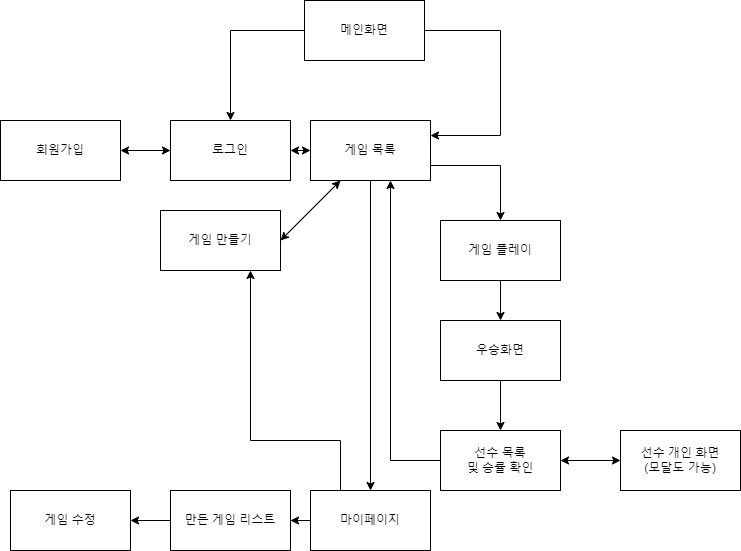
Above: diagram/flow-chart.png in java-4th-team-project-2023/world-cup (draw.io), before the change. Source tidied: cells renumbered, new cells last; positions are measured from the earlier drawing's top-left corner, leaving out a move shared by most shapes. The source it was exported from:
```xml
<mxGraphModel>
  <root>
    <mxCell id="0" />
    <mxCell id="1" parent="0" />
    <mxCell id="2" style="edgeStyle=orthogonalEdgeStyle;rounded=0;jettySize=auto;html=1;" parent="1" edge="1" source="4" target="5">
      <mxGeometry relative="1" as="geometry" />
    </mxCell>
    <mxCell id="3" style="edgeStyle=orthogonalEdgeStyle;rounded=0;jettySize=auto;html=1;entryX=1;entryY=0.25;entryDx=0;entryDy=0;" parent="1" edge="1" source="4" target="10">
      <mxGeometry relative="1" as="geometry">
        <Array as="points">
          <mxPoint x="500" y="30" />
          <mxPoint x="500" y="135" />
        </Array>
      </mxGeometry>
    </mxCell>
    <mxCell id="4" value="메인화면" style="rounded=0;whiteSpace=wrap;html=1;" parent="1" vertex="1">
      <mxGeometry x="304" width="120" height="60" as="geometry" />
    </mxCell>
    <mxCell id="5" value="로그인" style="rounded=0;whiteSpace=wrap;html=1;" parent="1" vertex="1">
      <mxGeometry x="170" y="120" width="120" height="60" as="geometry" />
    </mxCell>
    <mxCell id="6" value="회원가입" style="rounded=0;whiteSpace=wrap;html=1;" parent="1" vertex="1">
      <mxGeometry y="120" width="120" height="60" as="geometry" />
    </mxCell>
    <mxCell id="7" style="endArrow=classic;startArrow=classic;html=1;rounded=0;exitX=1;exitY=0.5;exitDx=0;exitDy=0;entryX=0;entryY=0.5;entryDx=0;entryDy=0;" parent="1" edge="1" source="6" target="5">
      <mxGeometry relative="1" as="geometry" />
    </mxCell>
    <mxCell id="8" style="edgeStyle=orthogonalEdgeStyle;rounded=0;jettySize=auto;html=1;exitX=1;exitY=0.75;exitDx=0;exitDy=0;" parent="1" edge="1" source="10" target="13">
      <mxGeometry relative="1" as="geometry" />
    </mxCell>
    <mxCell id="9" style="edgeStyle=orthogonalEdgeStyle;rounded=0;jettySize=auto;html=1;" parent="1" edge="1" source="10" target="23">
      <mxGeometry relative="1" as="geometry" />
    </mxCell>
    <mxCell id="10" value="게임 목록" style="rounded=0;whiteSpace=wrap;html=1;" parent="1" vertex="1">
      <mxGeometry x="310" y="120" width="120" height="60" as="geometry" />
    </mxCell>
    <mxCell id="11" style="endArrow=classic;startArrow=classic;html=1;rounded=0;entryX=0;entryY=0.5;entryDx=0;entryDy=0;exitX=1;exitY=0.5;exitDx=0;exitDy=0;" parent="1" edge="1" source="5" target="10">
      <mxGeometry relative="1" as="geometry" />
    </mxCell>
    <mxCell id="12" style="edgeStyle=orthogonalEdgeStyle;rounded=0;jettySize=auto;html=1;" parent="1" edge="1" source="13" target="15">
      <mxGeometry relative="1" as="geometry" />
    </mxCell>
    <mxCell id="13" value="게임 플레이" style="rounded=0;whiteSpace=wrap;html=1;" parent="1" vertex="1">
      <mxGeometry x="440" y="220" width="120" height="60" as="geometry" />
    </mxCell>
    <mxCell id="14" style="edgeStyle=orthogonalEdgeStyle;rounded=0;jettySize=auto;html=1;" parent="1" edge="1" source="15" target="17">
      <mxGeometry relative="1" as="geometry" />
    </mxCell>
    <mxCell id="15" value="우승화면" style="rounded=0;whiteSpace=wrap;html=1;" parent="1" vertex="1">
      <mxGeometry x="440" y="320" width="120" height="60" as="geometry" />
    </mxCell>
    <mxCell id="16" style="edgeStyle=orthogonalEdgeStyle;rounded=0;jettySize=auto;html=1;" parent="1" edge="1" source="17">
      <mxGeometry relative="1" as="geometry">
        <mxPoint x="390" y="180" as="targetPoint" />
        <Array as="points">
          <mxPoint x="390" y="460" />
          <mxPoint x="390" y="180" />
        </Array>
      </mxGeometry>
    </mxCell>
    <mxCell id="17" value="선수 목록&lt;br&gt;및 승률 확인" style="rounded=0;whiteSpace=wrap;html=1;" parent="1" vertex="1">
      <mxGeometry x="440" y="430" width="120" height="60" as="geometry" />
    </mxCell>
    <mxCell id="18" value="선수 개인 화면&lt;br&gt;(모달도 가능)" style="rounded=0;whiteSpace=wrap;html=1;" parent="1" vertex="1">
      <mxGeometry x="620" y="430" width="120" height="60" as="geometry" />
    </mxCell>
    <mxCell id="19" style="endArrow=classic;startArrow=classic;html=1;rounded=0;exitX=0;exitY=0.5;exitDx=0;exitDy=0;entryX=1;entryY=0.5;entryDx=0;entryDy=0;" parent="1" edge="1" source="18" target="17">
      <mxGeometry relative="1" as="geometry" />
    </mxCell>
    <mxCell id="20" value="게임 만들기" style="rounded=0;whiteSpace=wrap;html=1;" parent="1" vertex="1">
      <mxGeometry x="160" y="210" width="120" height="60" as="geometry" />
    </mxCell>
    <mxCell id="21" style="edgeStyle=orthogonalEdgeStyle;rounded=0;jettySize=auto;html=1;" parent="1" edge="1" source="23" target="25">
      <mxGeometry relative="1" as="geometry" />
    </mxCell>
    <mxCell id="22" style="edgeStyle=orthogonalEdgeStyle;rounded=0;jettySize=auto;html=1;entryX=0.75;entryY=1;entryDx=0;entryDy=0;" parent="1" edge="1" source="23" target="20">
      <mxGeometry relative="1" as="geometry">
        <Array as="points">
          <mxPoint x="340" y="440" />
          <mxPoint x="250" y="440" />
        </Array>
      </mxGeometry>
    </mxCell>
    <mxCell id="23" value="마이페이지" style="rounded=0;whiteSpace=wrap;html=1;" parent="1" vertex="1">
      <mxGeometry x="310" y="490" width="120" height="60" as="geometry" />
    </mxCell>
    <mxCell id="24" style="edgeStyle=orthogonalEdgeStyle;rounded=0;jettySize=auto;html=1;" parent="1" edge="1" source="25" target="26">
      <mxGeometry relative="1" as="geometry" />
    </mxCell>
    <mxCell id="25" value="만든 게임 리스트" style="rounded=0;whiteSpace=wrap;html=1;" parent="1" vertex="1">
      <mxGeometry x="170" y="490" width="120" height="60" as="geometry" />
    </mxCell>
    <mxCell id="26" value="게임 수정" style="rounded=0;whiteSpace=wrap;html=1;" parent="1" vertex="1">
      <mxGeometry x="10" y="490" width="120" height="60" as="geometry" />
    </mxCell>
    <mxCell id="27" style="endArrow=classic;startArrow=classic;html=1;rounded=0;exitX=1;exitY=0.5;exitDx=0;exitDy=0;entryX=0.25;entryY=1;entryDx=0;entryDy=0;" parent="1" edge="1" source="20" target="10">
      <mxGeometry relative="1" as="geometry" />
    </mxCell>
  </root>
</mxGraphModel>
```
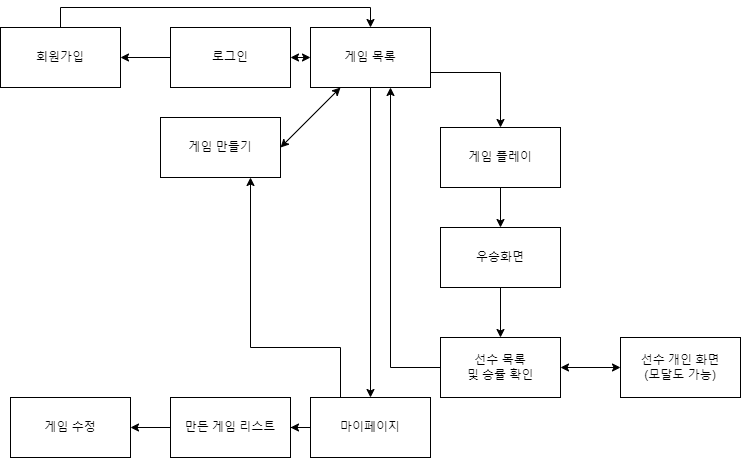
The same file after the commit.

The edit, as a diff of the source:
```diff
@@ -2,29 +2,23 @@
   <root>
     <mxCell id="0" />
     <mxCell id="1" parent="0" />
-    <mxCell id="2" style="edgeStyle=orthogonalEdgeStyle;rounded=0;jettySize=auto;html=1;" parent="1" edge="1" source="4" target="5">
-      <mxGeometry relative="1" as="geometry" />
-    </mxCell>
-    <mxCell id="3" style="edgeStyle=orthogonalEdgeStyle;rounded=0;jettySize=auto;html=1;entryX=1;entryY=0.25;entryDx=0;entryDy=0;" parent="1" edge="1" source="4" target="10">
-      <mxGeometry relative="1" as="geometry">
-        <Array as="points">
-          <mxPoint x="500" y="30" />
-          <mxPoint x="500" y="135" />
-        </Array>
-      </mxGeometry>
-    </mxCell>
-    <mxCell id="4" value="메인화면" style="rounded=0;whiteSpace=wrap;html=1;" parent="1" vertex="1">
-      <mxGeometry x="304" width="120" height="60" as="geometry" />
-    </mxCell>
+    <mxCell id="28" style="edgeStyle=orthogonalEdgeStyle;rounded=0;jettySize=auto;html=1;entryX=1;entryY=0.5;entryDx=0;entryDy=0;" parent="1" edge="1" source="5" target="6">
+      <mxGeometry relative="1" as="geometry" />
+    </mxCell>
     <mxCell id="5" value="로그인" style="rounded=0;whiteSpace=wrap;html=1;" parent="1" vertex="1">
       <mxGeometry x="170" y="120" width="120" height="60" as="geometry" />
     </mxCell>
+    <mxCell id="29" style="edgeStyle=orthogonalEdgeStyle;rounded=0;jettySize=auto;html=1;entryX=0.5;entryY=0;entryDx=0;entryDy=0;" parent="1" edge="1" source="6" target="10">
+      <mxGeometry relative="1" as="geometry">
+        <Array as="points">
+          <mxPoint x="60" y="100" />
+          <mxPoint x="370" y="100" />
+        </Array>
+      </mxGeometry>
+    </mxCell>
     <mxCell id="6" value="회원가입" style="rounded=0;whiteSpace=wrap;html=1;" parent="1" vertex="1">
       <mxGeometry y="120" width="120" height="60" as="geometry" />
     </mxCell>
-    <mxCell id="7" style="endArrow=classic;startArrow=classic;html=1;rounded=0;exitX=1;exitY=0.5;exitDx=0;exitDy=0;entryX=0;entryY=0.5;entryDx=0;entryDy=0;" parent="1" edge="1" source="6" target="5">
-      <mxGeometry relative="1" as="geometry" />
-    </mxCell>
     <mxCell id="8" style="edgeStyle=orthogonalEdgeStyle;rounded=0;jettySize=auto;html=1;exitX=1;exitY=0.75;exitDx=0;exitDy=0;" parent="1" edge="1" source="10" target="13">
       <mxGeometry relative="1" as="geometry" />
     </mxCell>
```
